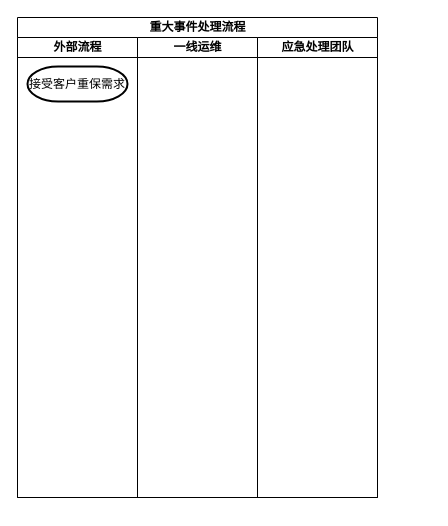
Above: 重保.drawio in WilliamWanCN/WilliamWanCN.github.io (draw.io), before the change. Source tidied: cells renumbered, new cells numbered last; positions are measured from the earlier drawing's top-left corner, leaving out a move shared by most shapes. Both pictures are drawn from the tidied source at 100%, with x=0, y=0 at pixel (17, 17).
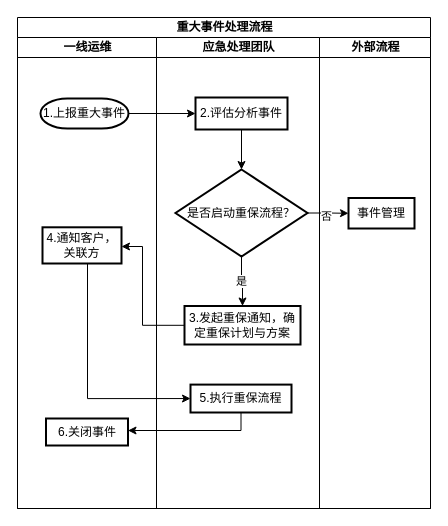
The same diagram, later.

Diff of the diagram source:
```diff
@@
     <mxCell id="2" value="重大事件处理流程" style="swimlane;startSize=20;html=1;" parent="1" vertex="1">
-      <mxGeometry width="360" height="480" as="geometry" />
+      <mxGeometry width="413" height="491" as="geometry" />
     </mxCell>
+    <mxCell id="5" value="一线运维" style="swimlane;startSize=20;html=1;" parent="2" vertex="1">
+      <mxGeometry y="20" width="139" height="471" as="geometry" />
+    </mxCell>
+    <mxCell id="7" value="1.上报重大事件" style="strokeWidth=2;html=1;shape=mxgraph.flowchart.terminator;whiteSpace=wrap;" parent="5" vertex="1">
+      <mxGeometry x="23" y="61" width="88" height="30" as="geometry" />
+    </mxCell>
+    <mxCell id="8" value="4.通知客户，关联方" style="whiteSpace=wrap;html=1;strokeWidth=2;" parent="5" vertex="1">
+      <mxGeometry x="25" y="189.8" width="79" height="36.2" as="geometry" />
+    </mxCell>
+    <mxCell id="9" value="6.关闭事件" style="whiteSpace=wrap;html=1;strokeWidth=2;" parent="5" vertex="1">
+      <mxGeometry x="28.5" y="381" width="82" height="27" as="geometry" />
+    </mxCell>
+    <mxCell id="6" value="应急处理团队" style="swimlane;startSize=20;html=1;" parent="2" vertex="1">
+      <mxGeometry x="139" y="20" width="163" height="471" as="geometry" />
+    </mxCell>
+    <mxCell id="10" style="edgeStyle=orthogonalEdgeStyle;rounded=0;jettySize=auto;html=1;" parent="6" edge="1" source="11" target="13">
+      <mxGeometry relative="1" as="geometry" />
+    </mxCell>
+    <mxCell id="11" value="2.评估分析事件" style="whiteSpace=wrap;html=1;strokeWidth=2;" parent="6" vertex="1">
+      <mxGeometry x="39" y="60" width="92" height="32" as="geometry" />
+    </mxCell>
+    <mxCell id="12" value="是" style="edgeStyle=orthogonalEdgeStyle;rounded=0;jettySize=auto;html=1;" parent="6" edge="1" source="13" target="14">
+      <mxGeometry relative="1" as="geometry" />
+    </mxCell>
+    <mxCell id="13" value="是否启动重保流程？" style="rhombus;whiteSpace=wrap;html=1;strokeWidth=2;" parent="6" vertex="1">
+      <mxGeometry x="19" y="132" width="132" height="87" as="geometry" />
+    </mxCell>
+    <mxCell id="14" value="3.发起重保通知，确定重保计划与方案" style="whiteSpace=wrap;html=1;strokeWidth=2;" parent="6" vertex="1">
+      <mxGeometry x="28" y="268.5" width="116" height="38.5" as="geometry" />
+    </mxCell>
+    <mxCell id="15" value="5.执行重保流程" style="whiteSpace=wrap;html=1;strokeWidth=2;" parent="6" vertex="1">
+      <mxGeometry x="34" y="347.1" width="101" height="27.9" as="geometry" />
+    </mxCell>
     <mxCell id="3" value="外部流程" style="swimlane;startSize=20;html=1;" parent="2" vertex="1">
-      <mxGeometry y="20" width="120" height="460" as="geometry" />
+      <mxGeometry x="302" y="20" width="111" height="471" as="geometry" />
     </mxCell>
-    <mxCell id="4" value="接受客户重保需求" style="strokeWidth=2;html=1;shape=mxgraph.flowchart.terminator;whiteSpace=wrap;" parent="3" vertex="1">
-      <mxGeometry x="10" y="29" width="100" height="35" as="geometry" />
-    </mxCell>
-    <mxCell id="5" value="一线运维" style="swimlane;startSize=20;html=1;" parent="2" vertex="1">
-      <mxGeometry x="120" y="20" width="120" height="460" as="geometry" />
-    </mxCell>
-    <mxCell id="6" value="应急处理团队" style="swimlane;startSize=20;html=1;" parent="2" vertex="1">
-      <mxGeometry x="240" y="20" width="120" height="460" as="geometry" />
-    </mxCell>
+    <mxCell id="16" value="事件管理" style="whiteSpace=wrap;html=1;strokeWidth=2;" parent="3" vertex="1">
+      <mxGeometry x="29" y="160.5" width="66" height="30.5" as="geometry" />
+    </mxCell>
+    <mxCell id="17" style="edgeStyle=orthogonalEdgeStyle;rounded=0;jettySize=auto;html=1;" parent="2" edge="1" source="7" target="11">
+      <mxGeometry relative="1" as="geometry" />
+    </mxCell>
+    <mxCell id="18" style="edgeStyle=orthogonalEdgeStyle;rounded=0;jettySize=auto;html=1;" parent="2" edge="1" source="13" target="16">
+      <mxGeometry relative="1" as="geometry" />
+    </mxCell>
+    <mxCell id="19" value="否" style="edgeLabel;html=1;align=center;verticalAlign=middle;" parent="18" vertex="1">
+      <mxGeometry x="-0.14" y="-3" relative="1" as="geometry" />
+    </mxCell>
+    <mxCell id="20" style="edgeStyle=orthogonalEdgeStyle;rounded=0;jettySize=auto;html=1;" parent="2" edge="1" source="14" target="8">
+      <mxGeometry relative="1" as="geometry">
+        <Array as="points">
+          <mxPoint x="125" y="308" />
+          <mxPoint x="125" y="229" />
+        </Array>
+      </mxGeometry>
+    </mxCell>
+    <mxCell id="21" style="edgeStyle=orthogonalEdgeStyle;rounded=0;jettySize=auto;html=1;" parent="2" edge="1" source="15" target="9">
+      <mxGeometry relative="1" as="geometry">
+        <Array as="points">
+          <mxPoint x="223" y="413" />
+          <mxPoint x="73" y="413" />
+        </Array>
+      </mxGeometry>
+    </mxCell>
+    <mxCell id="22" style="edgeStyle=orthogonalEdgeStyle;rounded=0;jettySize=auto;html=1;entryX=0;entryY=0.5;entryDx=0;entryDy=0;" parent="2" edge="1" source="8" target="15">
+      <mxGeometry relative="1" as="geometry">
+        <Array as="points">
+          <mxPoint x="70" y="381" />
+        </Array>
+      </mxGeometry>
+    </mxCell>
```
